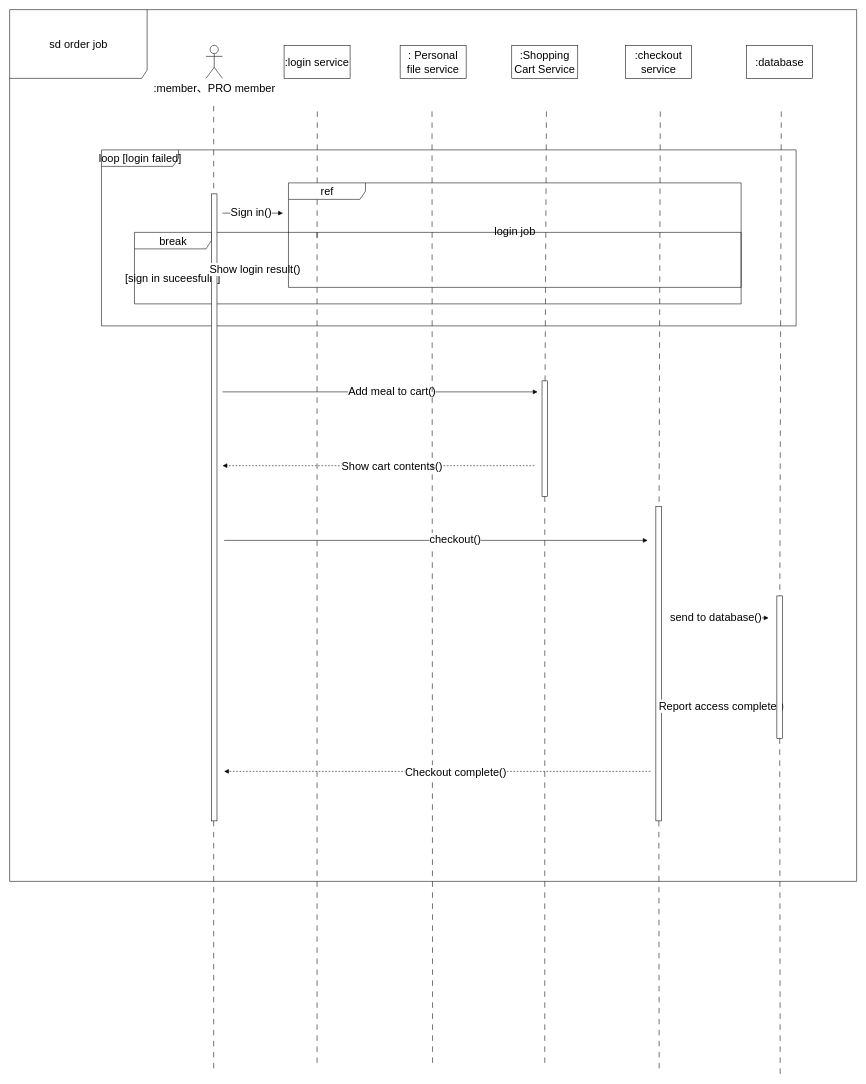
Before: page "下訂單作業" (3 of 12) of Sequence_diagram.drawio in today16/last, a draw.io diagram. Source tidied: cells renumbered, new cells numbered last; positions are measured from the earlier drawing's top-left corner, leaving out a move shared by most shapes. Both pictures are drawn from the tidied source at 55%, with x=0, y=0 at pixel (9, 9).
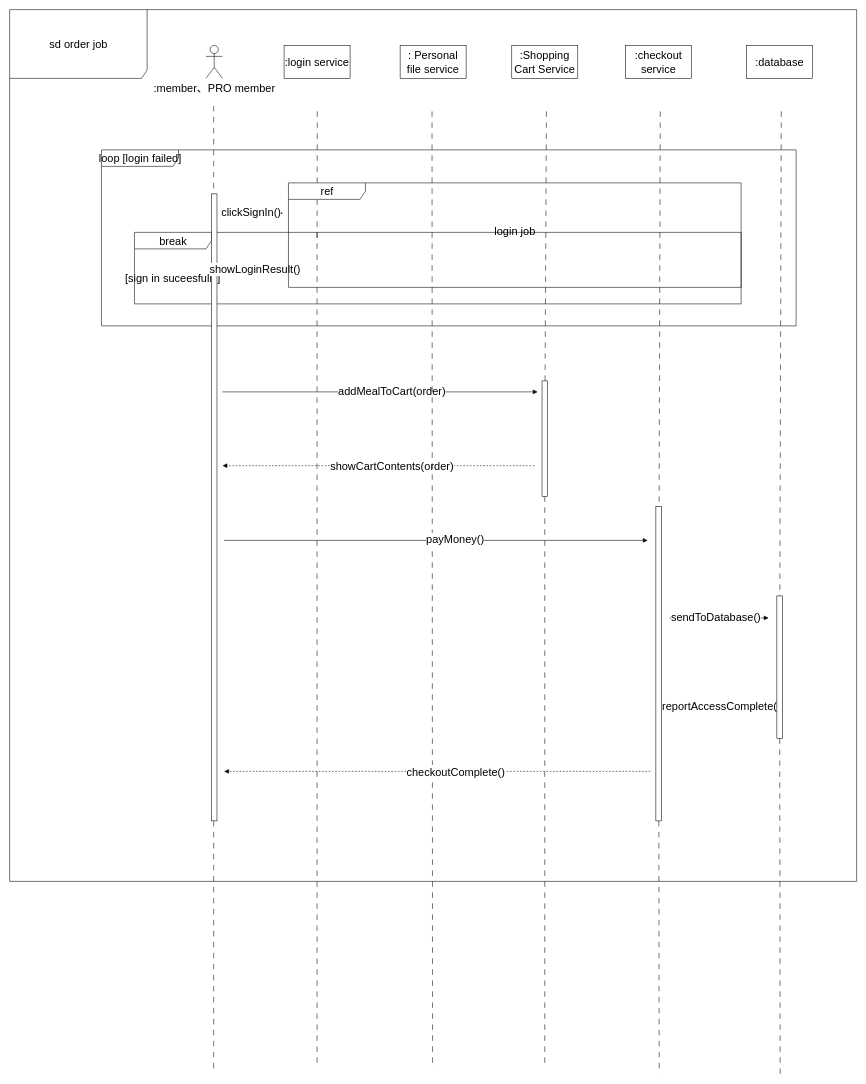
After the change.

The change refers to these unchanged cells:
```xml
<mxCell id="10" style="html=1;verticalAlign=bottom;labelBackgroundColor=none;endArrow=block;endFill=1;fontSize=20;" parent="1" edge="1">
  <mxGeometry relative="1" as="geometry">
    <mxPoint x="387" y="695" as="sourcePoint" />
    <mxPoint x="960" y="695" as="targetPoint" />
  </mxGeometry>
</mxCell>
<mxCell id="12" style="html=1;verticalAlign=bottom;labelBackgroundColor=none;endArrow=block;endFill=1;dashed=1;fontSize=20;" parent="1" edge="1">
  <mxGeometry relative="1" as="geometry">
    <mxPoint x="954" y="829.2" as="sourcePoint" />
    <mxPoint x="387" y="829.2" as="targetPoint" />
  </mxGeometry>
</mxCell>
<mxCell id="22" style="html=1;verticalAlign=bottom;labelBackgroundColor=none;endArrow=block;endFill=1;dashed=1;fontSize=20;" parent="1" edge="1">
  <mxGeometry relative="1" as="geometry">
    <mxPoint x="497" y="472" as="sourcePoint" />
    <mxPoint x="387" y="472" as="targetPoint" />
  </mxGeometry>
</mxCell>
<mxCell id="24" style="html=1;verticalAlign=bottom;labelBackgroundColor=none;endArrow=block;endFill=1;fontSize=20;" parent="1" edge="1">
  <mxGeometry relative="1" as="geometry">
    <mxPoint x="387" y="370" as="sourcePoint" />
    <mxPoint x="497" y="370" as="targetPoint" />
  </mxGeometry>
</mxCell>
<mxCell id="30" style="html=1;verticalAlign=bottom;labelBackgroundColor=none;endArrow=block;endFill=1;fontSize=20;" parent="1" edge="1">
  <mxGeometry relative="1" as="geometry">
    <mxPoint x="1200" y="1106" as="sourcePoint" />
    <mxPoint x="1380" y="1106" as="targetPoint" />
  </mxGeometry>
</mxCell>
<mxCell id="34" style="html=1;verticalAlign=bottom;labelBackgroundColor=none;endArrow=block;endFill=1;dashed=1;fontSize=20;" parent="1" edge="1">
  <mxGeometry relative="1" as="geometry">
    <mxPoint x="1375" y="1266" as="sourcePoint" />
    <mxPoint x="1200" y="1266" as="targetPoint" />
  </mxGeometry>
</mxCell>
<mxCell id="40" style="html=1;verticalAlign=bottom;labelBackgroundColor=none;endArrow=block;endFill=1;fontSize=20;" parent="1" edge="1">
  <mxGeometry relative="1" as="geometry">
    <mxPoint x="390" y="965" as="sourcePoint" />
    <mxPoint x="1160" y="965" as="targetPoint" />
  </mxGeometry>
</mxCell>
<mxCell id="42" style="html=1;verticalAlign=bottom;labelBackgroundColor=none;endArrow=block;endFill=1;dashed=1;fontSize=20;" parent="1" edge="1">
  <mxGeometry relative="1" as="geometry">
    <mxPoint x="1165" y="1385" as="sourcePoint" />
    <mxPoint x="390" y="1385" as="targetPoint" />
  </mxGeometry>
</mxCell>
```

What changed in the source:
```diff
@@
-    <mxCell id="11" value="Add meal to cart()" style="edgeLabel;html=1;align=center;verticalAlign=middle;fontSize=20;" parent="10" vertex="1">
+    <mxCell id="11" value="addMealToCart(order)" style="edgeLabel;html=1;align=center;verticalAlign=middle;fontSize=20;" parent="10" vertex="1">
       <mxGeometry x="0.14" y="3" relative="1" as="geometry">
         <mxPoint x="-20" as="offset" />
       </mxGeometry>
     </mxCell>
@@
-    <mxCell id="13" value="Show cart contents()" style="edgeLabel;html=1;align=center;verticalAlign=middle;fontSize=20;" parent="12" vertex="1">
+    <mxCell id="13" value="showCartContents(order)" style="edgeLabel;html=1;align=center;verticalAlign=middle;fontSize=20;" parent="12" vertex="1">
       <mxGeometry x="-0.09" y="-1" relative="1" as="geometry">
         <mxPoint x="-2" as="offset" />
       </mxGeometry>
     </mxCell>
@@
-    <mxCell id="23" value="Show login result()" style="edgeLabel;html=1;align=center;verticalAlign=middle;fontSize=20;" parent="22" vertex="1">
+    <mxCell id="23" value="showLoginResult()" style="edgeLabel;html=1;align=center;verticalAlign=middle;fontSize=20;" parent="22" vertex="1">
       <mxGeometry x="-0.09" y="-1" relative="1" as="geometry">
         <mxPoint x="-2" as="offset" />
       </mxGeometry>
     </mxCell>
@@
-    <mxCell id="25" value="Sign in()" style="edgeLabel;html=1;align=center;verticalAlign=middle;fontSize=20;" parent="24" vertex="1">
+    <mxCell id="25" value="clickSignIn()" style="edgeLabel;html=1;align=center;verticalAlign=middle;fontSize=20;" parent="24" vertex="1">
       <mxGeometry x="0.14" y="3" relative="1" as="geometry">
         <mxPoint x="-12" as="offset" />
       </mxGeometry>
     </mxCell>
@@
-    <mxCell id="31" value="send to database()" style="edgeLabel;html=1;align=center;verticalAlign=middle;fontSize=20;" parent="30" vertex="1">
+    <mxCell id="31" value="sendToDatabase()" style="edgeLabel;html=1;align=center;verticalAlign=middle;fontSize=20;" parent="30" vertex="1">
       <mxGeometry x="0.14" y="3" relative="1" as="geometry">
         <mxPoint x="-20" as="offset" />
       </mxGeometry>
     </mxCell>
@@
-    <mxCell id="35" value="Report access complete()" style="edgeLabel;html=1;align=center;verticalAlign=middle;fontSize=20;" parent="34" vertex="1">
+    <mxCell id="35" value="reportAccessComplete()" style="edgeLabel;html=1;align=center;verticalAlign=middle;fontSize=20;" parent="34" vertex="1">
       <mxGeometry x="-0.09" y="-1" relative="1" as="geometry">
         <mxPoint x="-2" as="offset" />
       </mxGeometry>
     </mxCell>
@@
-    <mxCell id="41" value="checkout()" style="edgeLabel;html=1;align=center;verticalAlign=middle;fontSize=20;" parent="40" vertex="1">
+    <mxCell id="41" value="payMoney()" style="edgeLabel;html=1;align=center;verticalAlign=middle;fontSize=20;" parent="40" vertex="1">
       <mxGeometry x="0.14" y="3" relative="1" as="geometry">
         <mxPoint x="-20" as="offset" />
       </mxGeometry>
     </mxCell>
@@
-    <mxCell id="43" value="Checkout complete()" style="edgeLabel;html=1;align=center;verticalAlign=middle;fontSize=20;" parent="42" vertex="1">
+    <mxCell id="43" value="checkoutComplete()" style="edgeLabel;html=1;align=center;verticalAlign=middle;fontSize=20;" parent="42" vertex="1">
       <mxGeometry x="-0.09" y="-1" relative="1" as="geometry">
         <mxPoint x="-2" as="offset" />
       </mxGeometry>
     </mxCell>
```
